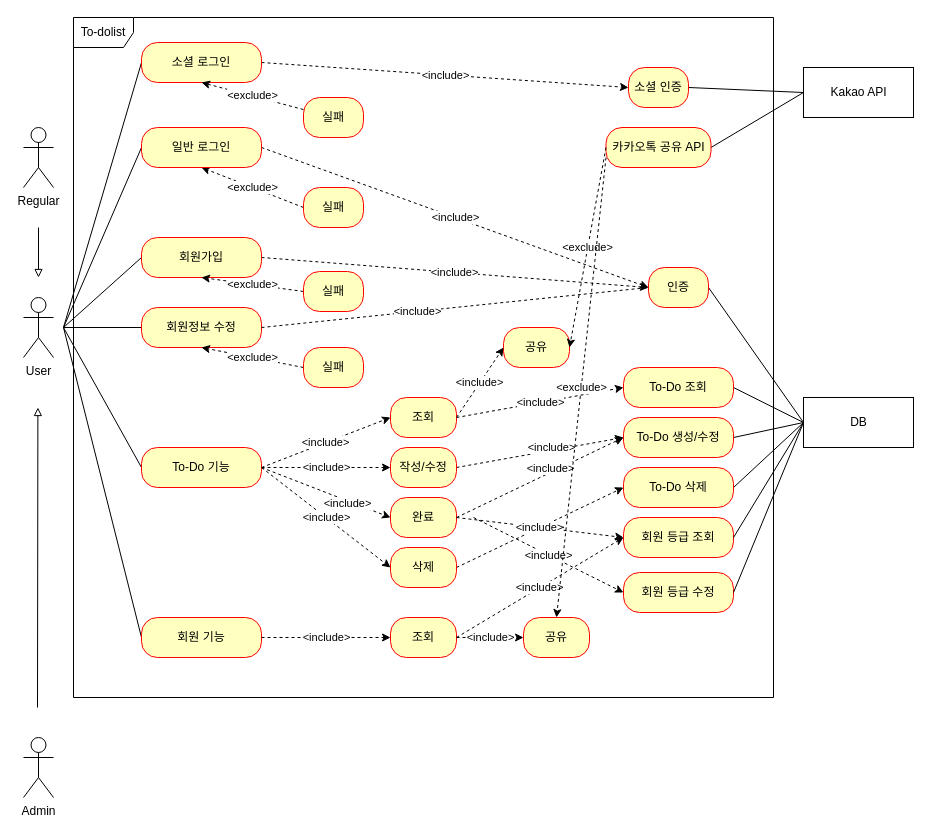
mrcocoball/To-Dolist keeps this draw.io diagram as documents/use-case.drawio. Above is the earlier version. Source tidied: cells renumbered, new cells numbered last; positions are measured from the earlier drawing's top-left corner, leaving out a move shared by most shapes. Both pictures are drawn from the tidied source at 100%, with x=0, y=0 at pixel (23, 17).
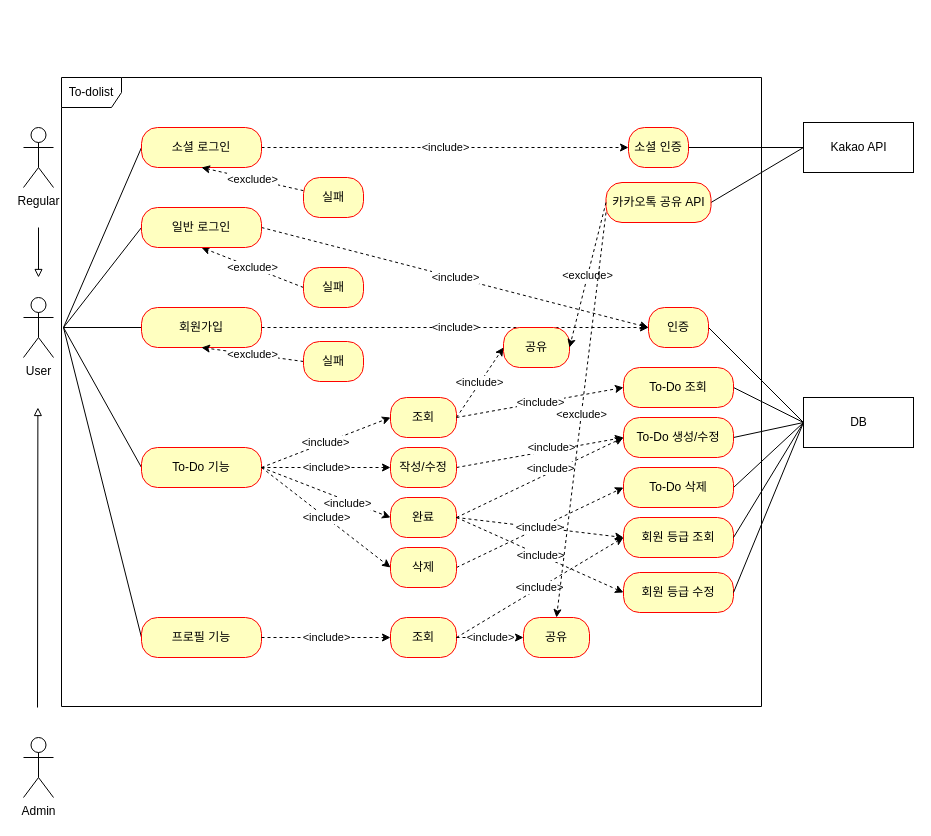
After the change.

Commit message:
#42 - use-case 수정

Unchanged cells that the change refers to:
```xml
<mxCell id="51" value="완료" style="rounded=1;whiteSpace=wrap;html=1;arcSize=40;fontColor=#000000;fillColor=#ffffc0;strokeColor=#ff0000;" parent="1" vertex="1">
  <mxGeometry x="367" y="480" width="66" height="40" as="geometry" />
</mxCell>
<mxCell id="63" value="회원 등급 수정" style="rounded=1;whiteSpace=wrap;html=1;arcSize=40;fontColor=#000000;fillColor=#ffffc0;strokeColor=#ff0000;" parent="1" vertex="1">
  <mxGeometry x="600" y="555" width="110" height="40" as="geometry" />
</mxCell>
```

The edit, as a diff of the source:
```diff
@@
     <mxCell id="2" value="To-dolist" style="shape=umlFrame;whiteSpace=wrap;html=1;" parent="1" vertex="1">
-      <mxGeometry x="50" width="700" height="680" as="geometry" />
+      <mxGeometry x="38" y="60" width="700" height="629" as="geometry" />
     </mxCell>
@@
-    <mxCell id="5" style="edgeStyle=none;rounded=0;jettySize=auto;html=1;entryX=0;entryY=0.5;entryDx=0;entryDy=0;endArrow=none;endFill=0;" parent="1" edge="1" target="16">
-      <mxGeometry relative="1" as="geometry">
-        <mxPoint x="40" y="310" as="sourcePoint" />
-      </mxGeometry>
-    </mxCell>
@@
     <mxCell id="9" value="인증" style="rounded=1;whiteSpace=wrap;html=1;arcSize=40;fontColor=#000000;fillColor=#ffffc0;strokeColor=#ff0000;" parent="1" vertex="1">
-      <mxGeometry x="625" y="250" width="60" height="40" as="geometry" />
+      <mxGeometry x="625" y="290" width="60" height="40" as="geometry" />
     </mxCell>
@@
     <mxCell id="11" value="실패" style="rounded=1;whiteSpace=wrap;html=1;arcSize=40;fontColor=#000000;fillColor=#ffffc0;strokeColor=#ff0000;" parent="1" vertex="1">
-      <mxGeometry x="280" y="170" width="60" height="40" as="geometry" />
+      <mxGeometry x="280" y="250" width="60" height="40" as="geometry" />
     </mxCell>
@@
     <mxCell id="13" value="회원가입" style="rounded=1;whiteSpace=wrap;html=1;arcSize=40;fontColor=#000000;fillColor=#ffffc0;strokeColor=#ff0000;" parent="1" vertex="1">
-      <mxGeometry x="118" y="220" width="120" height="40" as="geometry" />
+      <mxGeometry x="118" y="290" width="120" height="40" as="geometry" />
     </mxCell>
@@
     <mxCell id="15" value="실패" style="rounded=1;whiteSpace=wrap;html=1;arcSize=40;fontColor=#000000;fillColor=#ffffc0;strokeColor=#ff0000;" parent="1" vertex="1">
-      <mxGeometry x="280" y="254" width="60" height="40" as="geometry" />
+      <mxGeometry x="280" y="324" width="60" height="40" as="geometry" />
     </mxCell>
-    <mxCell id="16" value="회원정보 수정" style="rounded=1;whiteSpace=wrap;html=1;arcSize=40;fontColor=#000000;fillColor=#ffffc0;strokeColor=#ff0000;" parent="1" vertex="1">
-      <mxGeometry x="118" y="290" width="120" height="40" as="geometry" />
-    </mxCell>
-    <mxCell id="17" value="&amp;lt;exclude&amp;gt;" style="edgeStyle=none;rounded=0;jettySize=auto;html=1;entryX=0.5;entryY=1;entryDx=0;entryDy=0;dashed=1;endArrow=classic;endFill=1;exitX=0;exitY=0.5;exitDx=0;exitDy=0;" parent="1" edge="1" source="18" target="16">
-      <mxGeometry relative="1" as="geometry" />
-    </mxCell>
-    <mxCell id="18" value="실패" style="rounded=1;whiteSpace=wrap;html=1;arcSize=40;fontColor=#000000;fillColor=#ffffc0;strokeColor=#ff0000;" parent="1" vertex="1">
-      <mxGeometry x="280" y="330" width="60" height="40" as="geometry" />
-    </mxCell>
@@
     <mxCell id="20" value="일반 로그인" style="rounded=1;whiteSpace=wrap;html=1;arcSize=40;fontColor=#000000;fillColor=#ffffc0;strokeColor=#ff0000;" parent="1" vertex="1">
-      <mxGeometry x="118" y="110" width="120" height="40" as="geometry" />
+      <mxGeometry x="118" y="190" width="120" height="40" as="geometry" />
     </mxCell>
@@
-    <mxCell id="31" value="회원 기능" style="rounded=1;whiteSpace=wrap;html=1;arcSize=40;fontColor=#000000;fillColor=#ffffc0;strokeColor=#ff0000;" parent="1" vertex="1">
+    <mxCell id="31" value="프로필 기능" style="rounded=1;whiteSpace=wrap;html=1;arcSize=40;fontColor=#000000;fillColor=#ffffc0;strokeColor=#ff0000;" parent="1" vertex="1">
       <mxGeometry x="118" y="600" width="120" height="40" as="geometry" />
     </mxCell>
@@
     <mxCell id="35" value="Kakao API" style="html=1;" parent="1" vertex="1">
-      <mxGeometry x="780" y="50" width="110" height="50" as="geometry" />
+      <mxGeometry x="780" y="105" width="110" height="50" as="geometry" />
     </mxCell>
@@
     <mxCell id="37" value="소셜 인증" style="rounded=1;whiteSpace=wrap;html=1;arcSize=40;fontColor=#000000;fillColor=#ffffc0;strokeColor=#ff0000;" parent="1" vertex="1">
-      <mxGeometry x="605" y="50" width="60" height="40" as="geometry" />
+      <mxGeometry x="605" y="110" width="60" height="40" as="geometry" />
     </mxCell>
@@
     <mxCell id="42" value="소셜 로그인" style="rounded=1;whiteSpace=wrap;html=1;arcSize=40;fontColor=#000000;fillColor=#ffffc0;strokeColor=#ff0000;" parent="1" vertex="1">
-      <mxGeometry x="118" y="25" width="120" height="40" as="geometry" />
+      <mxGeometry x="118" y="110" width="120" height="40" as="geometry" />
     </mxCell>
@@
     <mxCell id="44" value="실패" style="rounded=1;whiteSpace=wrap;html=1;arcSize=40;fontColor=#000000;fillColor=#ffffc0;strokeColor=#ff0000;" parent="1" vertex="1">
-      <mxGeometry x="280" y="80" width="60" height="40" as="geometry" />
+      <mxGeometry x="280" y="160" width="60" height="40" as="geometry" />
     </mxCell>
@@
-    <mxCell id="46" style="edgeStyle=none;rounded=0;jettySize=auto;html=1;dashed=1;endArrow=none;endFill=1;entryX=0;entryY=0.5;entryDx=0;entryDy=0;exitX=1;exitY=0.5;exitDx=0;exitDy=0;" parent="1" edge="1" source="16" target="9">
-      <mxGeometry relative="1" as="geometry" />
-    </mxCell>
-    <mxCell id="47" value="&amp;lt;include&amp;gt;" style="edgeLabel;html=1;align=center;verticalAlign=middle;" parent="46" vertex="1">
-      <mxGeometry x="-0.2" relative="1" as="geometry" />
-    </mxCell>
@@
     <mxCell id="61" value="카카오톡 공유 API" style="rounded=1;whiteSpace=wrap;html=1;arcSize=40;fontColor=#000000;fillColor=#ffffc0;strokeColor=#ff0000;" parent="1" vertex="1">
-      <mxGeometry x="582.5" y="110" width="105" height="40" as="geometry" />
+      <mxGeometry x="582.5" y="165" width="105" height="40" as="geometry" />
     </mxCell>
@@
-    <mxCell id="66" value="&amp;lt;include&amp;gt;" style="edgeStyle=none;rounded=0;jettySize=auto;html=1;entryX=0;entryY=0.5;entryDx=0;entryDy=0;dashed=1;endArrow=classic;endFill=1;" parent="1" edge="1" target="63">
-      <mxGeometry relative="1" as="geometry">
-        <mxPoint x="450" y="500" as="sourcePoint" />
-      </mxGeometry>
+    <mxCell id="66" value="&amp;lt;include&amp;gt;" style="edgeStyle=none;rounded=0;jettySize=auto;html=1;entryX=0;entryY=0.5;entryDx=0;entryDy=0;dashed=1;endArrow=classic;endFill=1;exitX=1;exitY=0.5;exitDx=0;exitDy=0;" parent="1" edge="1" source="51" target="63">
+      <mxGeometry relative="1" as="geometry" />
     </mxCell>
```
